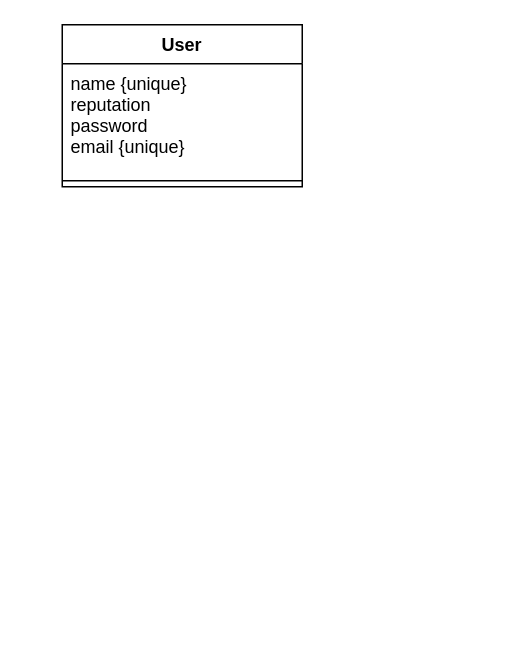
The draw.io diagram Untitled Diagram.drawio in alvaroscelza/Claims-and-Complaints, before the edit. Source tidied: cells renumbered, new cells numbered last; positions are measured from the earlier drawing's top-left corner, leaving out a move shared by most shapes. Both pictures are drawn from the tidied source at 150%, with x=0, y=0 at pixel (62, 24).
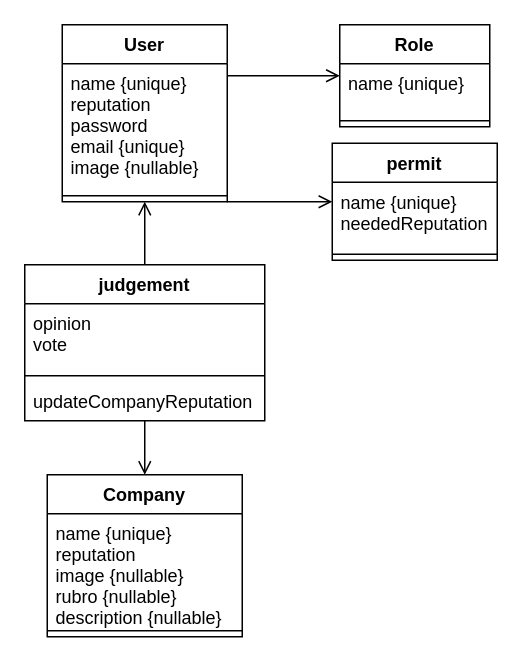
Above is the later version.

Commit message:
users, roles, permits, judgements and companies

What changed in the source:
```diff
@@
+    <mxCell id="5" style="edgeStyle=orthogonalEdgeStyle;rounded=0;jettySize=auto;html=1;endArrow=open;endFill=0;strokeWidth=1;endSize=7;" parent="1" edge="1" source="2" target="7">
+      <mxGeometry relative="1" as="geometry">
+        <Array as="points">
+          <mxPoint x="135" y="34" />
+          <mxPoint x="135" y="34" />
+        </Array>
+      </mxGeometry>
+    </mxCell>
+    <mxCell id="6" style="edgeStyle=orthogonalEdgeStyle;rounded=0;jettySize=auto;html=1;endArrow=open;endFill=0;endSize=7;strokeWidth=1;" parent="1" edge="1" source="2" target="19">
+      <mxGeometry relative="1" as="geometry">
+        <Array as="points">
+          <mxPoint x="135" y="118" />
+          <mxPoint x="135" y="118" />
+        </Array>
+      </mxGeometry>
+    </mxCell>
     <mxCell id="2" value="User" style="swimlane;fontStyle=1;align=center;verticalAlign=top;horizontal=1;startSize=26;" parent="1" vertex="1">
-      <mxGeometry width="160" height="108" as="geometry" />
+      <mxGeometry width="110" height="118" as="geometry" />
     </mxCell>
-    <mxCell id="3" value="name {unique}&#10;reputation&#10;password&#10;email {unique}&#10;" style="text;strokeColor=none;fillColor=none;align=left;verticalAlign=top;spacingLeft=4;spacingRight=4;overflow=hidden;" parent="2" vertex="1">
-      <mxGeometry y="26" width="160" height="74" as="geometry" />
+    <mxCell id="3" value="name {unique}&#10;reputation&#10;password&#10;email {unique}&#10;image {nullable}&#10;" style="text;strokeColor=none;fillColor=none;align=left;verticalAlign=top;spacingLeft=4;spacingRight=4;overflow=hidden;" parent="2" vertex="1">
+      <mxGeometry y="26" width="110" height="84" as="geometry" />
     </mxCell>
     <mxCell id="4" style="line;strokeWidth=1;fillColor=none;align=left;verticalAlign=middle;spacingTop=-1;spacingLeft=3;spacingRight=3;labelPosition=right;" parent="2" vertex="1">
-      <mxGeometry y="100" width="160" height="8" as="geometry" />
+      <mxGeometry y="110" width="110" height="8" as="geometry" />
     </mxCell>
+    <mxCell id="7" value="Role" style="swimlane;fontStyle=1;align=center;verticalAlign=top;horizontal=1;startSize=26;" parent="1" vertex="1">
+      <mxGeometry x="185" width="100" height="68" as="geometry" />
+    </mxCell>
+    <mxCell id="8" value="name {unique}&#10;" style="text;strokeColor=none;fillColor=none;align=left;verticalAlign=top;spacingLeft=4;spacingRight=4;overflow=hidden;" parent="7" vertex="1">
+      <mxGeometry y="26" width="100" height="34" as="geometry" />
+    </mxCell>
+    <mxCell id="9" style="line;strokeWidth=1;fillColor=none;align=left;verticalAlign=middle;spacingTop=-1;spacingLeft=3;spacingRight=3;labelPosition=right;" parent="7" vertex="1">
+      <mxGeometry y="60" width="100" height="8" as="geometry" />
+    </mxCell>
+    <mxCell id="10" value="Company" style="swimlane;fontStyle=1;align=center;verticalAlign=top;horizontal=1;startSize=26;" parent="1" vertex="1">
+      <mxGeometry x="-10" y="300" width="130" height="108" as="geometry" />
+    </mxCell>
+    <mxCell id="11" value="name {unique}&#10;reputation&#10;image {nullable}&#10;rubro {nullable}&#10;description {nullable}&#10;" style="text;strokeColor=none;fillColor=none;align=left;verticalAlign=top;spacingLeft=4;spacingRight=4;overflow=hidden;" parent="10" vertex="1">
+      <mxGeometry y="26" width="130" height="74" as="geometry" />
+    </mxCell>
+    <mxCell id="12" style="line;strokeWidth=1;fillColor=none;align=left;verticalAlign=middle;spacingTop=-1;spacingLeft=3;spacingRight=3;labelPosition=right;" parent="10" vertex="1">
+      <mxGeometry y="100" width="130" height="8" as="geometry" />
+    </mxCell>
+    <mxCell id="13" style="edgeStyle=orthogonalEdgeStyle;rounded=0;jettySize=auto;html=1;endArrow=open;endFill=0;endSize=7;strokeWidth=1;" parent="1" edge="1" source="15" target="2">
+      <mxGeometry relative="1" as="geometry" />
+    </mxCell>
+    <mxCell id="14" style="edgeStyle=orthogonalEdgeStyle;rounded=0;jettySize=auto;html=1;endArrow=open;endFill=0;endSize=7;strokeWidth=1;" parent="1" edge="1" source="15" target="10">
+      <mxGeometry relative="1" as="geometry" />
+    </mxCell>
+    <mxCell id="15" value="judgement" style="swimlane;fontStyle=1;align=center;verticalAlign=top;horizontal=1;startSize=26;" parent="1" vertex="1">
+      <mxGeometry x="-25" y="160" width="160" height="104" as="geometry" />
+    </mxCell>
+    <mxCell id="16" value="opinion&#10;vote" style="text;strokeColor=none;fillColor=none;align=left;verticalAlign=top;spacingLeft=4;spacingRight=4;overflow=hidden;" parent="15" vertex="1">
+      <mxGeometry y="26" width="160" height="44" as="geometry" />
+    </mxCell>
+    <mxCell id="17" style="line;strokeWidth=1;fillColor=none;align=left;verticalAlign=middle;spacingTop=-1;spacingLeft=3;spacingRight=3;labelPosition=right;" parent="15" vertex="1">
+      <mxGeometry y="70" width="160" height="8" as="geometry" />
+    </mxCell>
+    <mxCell id="18" value="updateCompanyReputation" style="text;strokeColor=none;fillColor=none;align=left;verticalAlign=top;spacingLeft=4;spacingRight=4;overflow=hidden;" parent="15" vertex="1">
+      <mxGeometry y="78" width="160" height="26" as="geometry" />
+    </mxCell>
+    <mxCell id="19" value="permit" style="swimlane;fontStyle=1;align=center;verticalAlign=top;horizontal=1;startSize=26;" parent="1" vertex="1">
+      <mxGeometry x="180" y="79" width="110" height="78" as="geometry" />
+    </mxCell>
+    <mxCell id="20" value="name {unique}&#10;neededReputation&#10;" style="text;strokeColor=none;fillColor=none;align=left;verticalAlign=top;spacingLeft=4;spacingRight=4;overflow=hidden;" parent="19" vertex="1">
+      <mxGeometry y="26" width="110" height="44" as="geometry" />
+    </mxCell>
+    <mxCell id="21" style="line;strokeWidth=1;fillColor=none;align=left;verticalAlign=middle;spacingTop=-1;spacingLeft=3;spacingRight=3;labelPosition=right;" parent="19" vertex="1">
+      <mxGeometry y="70" width="110" height="8" as="geometry" />
+    </mxCell>
```
